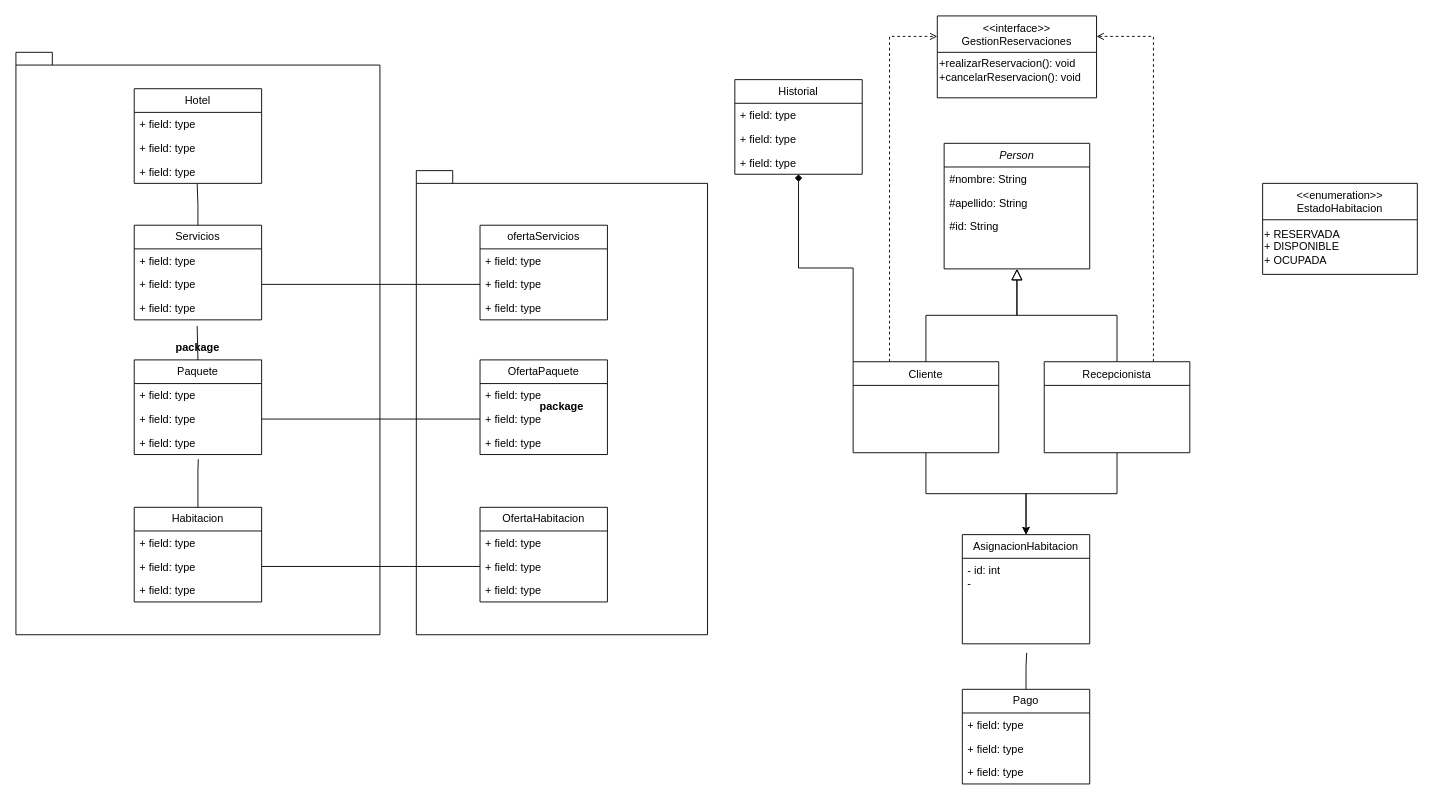
The draw.io diagram SistemaReservacionesHotel.drawio in GabrielCevallos/SistemaReservacionesHotel, before the edit. Source tidied: cells renumbered, new cells numbered last; positions are measured from the earlier drawing's top-left corner, leaving out a move shared by most shapes. Both pictures are drawn from the tidied source at 91%, with x=0, y=0 at pixel (15, 15).
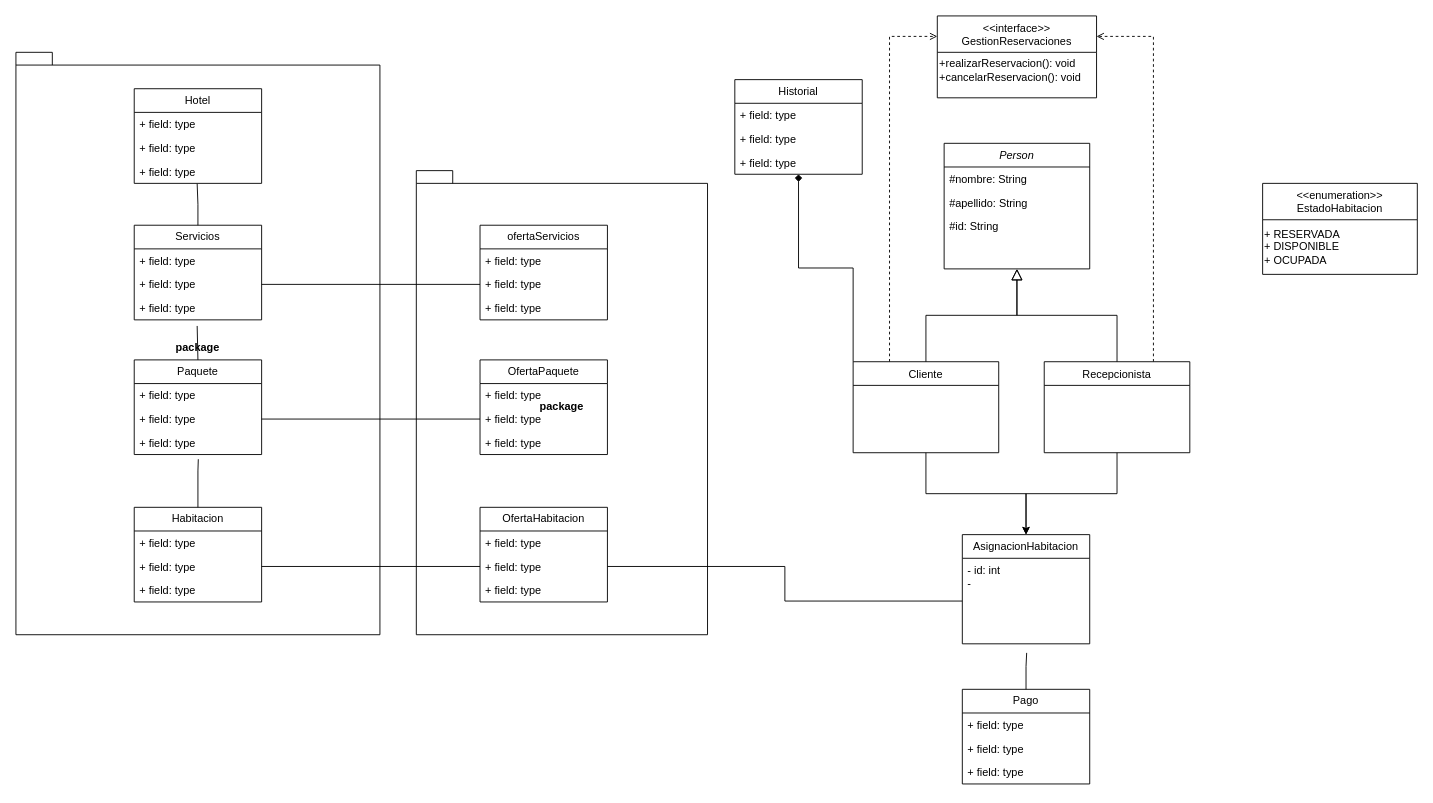
After the change.

The change refers to these unchanged cells:
```xml
<mxCell id="30" value="- id: int&lt;div&gt;-&amp;nbsp;&lt;/div&gt;" style="text;strokeColor=none;fillColor=none;align=left;verticalAlign=top;spacingLeft=4;spacingRight=4;overflow=hidden;points=[[0,0.5],[1,0.5]];portConstraint=eastwest;whiteSpace=wrap;html=1;" parent="29" vertex="1">
  <mxGeometry y="26" width="140" height="94" as="geometry" />
</mxCell>
<mxCell id="33" value="+ field: type" style="text;strokeColor=none;fillColor=none;align=left;verticalAlign=top;spacingLeft=4;spacingRight=4;overflow=hidden;points=[[0,0.5],[1,0.5]];portConstraint=eastwest;whiteSpace=wrap;html=1;" parent="31" vertex="1">
  <mxGeometry y="52" width="140" height="26" as="geometry" />
</mxCell>
```

Diff of the diagram source:
```diff
@@
+    <mxCell id="68" style="edgeStyle=orthogonalEdgeStyle;rounded=0;jettySize=auto;html=1;exitX=0;exitY=0.5;exitDx=0;exitDy=0;entryX=1;entryY=0.5;entryDx=0;entryDy=0;endArrow=none;endFill=0;" parent="1" edge="1" source="30" target="33">
+      <mxGeometry relative="1" as="geometry" />
+    </mxCell>
```
